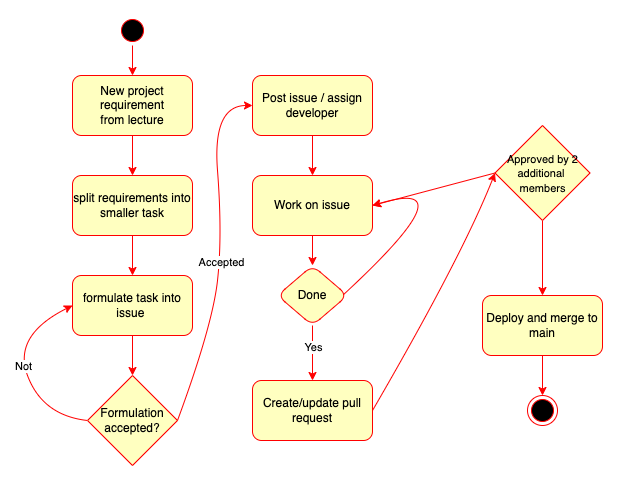
Earlier version of the draw.io export docs/Images/teamwork.png (ITU-BDSA23-GROUP4/Chirp). Source tidied: cells renumbered, new cells last; positions are measured from the earlier drawing's top-left corner, leaving out a move shared by most shapes. Source of this version:
```xml
<mxGraphModel>
  <root>
    <mxCell id="0" />
    <mxCell id="1" parent="0" />
    <mxCell id="2" style="edgeStyle=none;html=1;strokeColor=#FF0000;" parent="1" edge="1" source="3" target="5">
      <mxGeometry relative="1" as="geometry" />
    </mxCell>
    <mxCell id="3" value="New project requirement&lt;br&gt;from lecture" style="rounded=1;whiteSpace=wrap;html=1;fillColor=#FFFFC0;fontColor=#000000;strokeColor=#FF0000;labelBorderColor=none;" parent="1" vertex="1">
      <mxGeometry x="60" y="60" width="120" height="60" as="geometry" />
    </mxCell>
    <mxCell id="4" style="edgeStyle=none;html=1;strokeColor=#FF0000;" parent="1" edge="1" source="5" target="7">
      <mxGeometry relative="1" as="geometry" />
    </mxCell>
    <mxCell id="5" value="split requirements into smaller task" style="rounded=1;whiteSpace=wrap;html=1;fillColor=#FFFFC0;fontColor=#000000;strokeColor=#FF0000;" parent="1" vertex="1">
      <mxGeometry x="60" y="160" width="120" height="60" as="geometry" />
    </mxCell>
    <mxCell id="6" style="edgeStyle=none;curved=1;html=1;exitX=0.5;exitY=1;exitDx=0;exitDy=0;entryX=0.5;entryY=0;entryDx=0;entryDy=0;startArrow=none;startFill=0;strokeColor=#FF0000;" parent="1" edge="1" source="7" target="12">
      <mxGeometry relative="1" as="geometry" />
    </mxCell>
    <mxCell id="7" value="formulate task into issue&amp;nbsp;" style="rounded=1;whiteSpace=wrap;html=1;fillColor=#FFFFC0;fontColor=#000000;strokeColor=#FF0000;" parent="1" vertex="1">
      <mxGeometry x="60" y="260" width="120" height="60" as="geometry" />
    </mxCell>
    <mxCell id="8" style="edgeStyle=none;curved=1;html=1;entryX=0;entryY=0.5;entryDx=0;entryDy=0;startArrow=none;startFill=0;exitX=0;exitY=0.5;exitDx=0;exitDy=0;strokeColor=#FF0000;" parent="1" edge="1" source="12" target="7">
      <mxGeometry relative="1" as="geometry">
        <Array as="points">
          <mxPoint x="30" y="400" />
          <mxPoint y="320" />
        </Array>
      </mxGeometry>
    </mxCell>
    <mxCell id="9" value="Not" style="edgeLabel;html=1;align=center;verticalAlign=middle;" parent="8" vertex="1">
      <mxGeometry x="-0.33" y="-8" relative="1" as="geometry">
        <mxPoint x="-20" y="-27" as="offset" />
      </mxGeometry>
    </mxCell>
    <mxCell id="10" style="edgeStyle=none;curved=1;html=1;exitX=1;exitY=0.5;exitDx=0;exitDy=0;startArrow=none;startFill=0;entryX=0;entryY=0.5;entryDx=0;entryDy=0;strokeColor=#FF0000;" parent="1" edge="1" source="12" target="14">
      <mxGeometry relative="1" as="geometry">
        <Array as="points">
          <mxPoint x="200" y="310" />
          <mxPoint x="210" y="220" />
          <mxPoint x="200" y="90" />
        </Array>
      </mxGeometry>
    </mxCell>
    <mxCell id="11" value="Accepted" style="edgeLabel;html=1;align=center;verticalAlign=middle;" parent="10" vertex="1">
      <mxGeometry x="-0.09" y="13" relative="1" as="geometry">
        <mxPoint x="14" as="offset" />
      </mxGeometry>
    </mxCell>
    <mxCell id="12" value="Formulation&lt;br&gt;accepted?" style="rhombus;whiteSpace=wrap;html=1;fillColor=#FFFFC0;fontColor=#000000;strokeColor=#FF0000;" parent="1" vertex="1">
      <mxGeometry x="75" y="360" width="90" height="90" as="geometry" />
    </mxCell>
    <mxCell id="13" style="edgeStyle=none;curved=1;html=1;exitX=0.5;exitY=1;exitDx=0;exitDy=0;entryX=0.5;entryY=0;entryDx=0;entryDy=0;startArrow=none;startFill=0;strokeColor=#FF0000;" parent="1" edge="1" source="14" target="16">
      <mxGeometry relative="1" as="geometry" />
    </mxCell>
    <mxCell id="14" value="Post issue / assign developer" style="rounded=1;whiteSpace=wrap;html=1;fillColor=#FFFFC0;fontColor=#000000;strokeColor=#FF0000;" parent="1" vertex="1">
      <mxGeometry x="240" y="60" width="120" height="60" as="geometry" />
    </mxCell>
    <mxCell id="15" style="edgeStyle=none;curved=1;html=1;startArrow=none;startFill=0;strokeColor=#FF0000;" parent="1" edge="1" source="16" target="20">
      <mxGeometry relative="1" as="geometry" />
    </mxCell>
    <mxCell id="16" value="Work on issue" style="rounded=1;whiteSpace=wrap;html=1;fillColor=#FFFFC0;fontColor=#000000;strokeColor=#FF0000;" parent="1" vertex="1">
      <mxGeometry x="240" y="160" width="120" height="60" as="geometry" />
    </mxCell>
    <mxCell id="17" style="edgeStyle=none;curved=1;html=1;startArrow=none;startFill=0;strokeColor=#FF0000;" parent="1" edge="1" target="22">
      <mxGeometry relative="1" as="geometry">
        <mxPoint x="300" y="310" as="sourcePoint" />
      </mxGeometry>
    </mxCell>
    <mxCell id="18" value="Yes" style="edgeLabel;html=1;align=center;verticalAlign=middle;" parent="17" vertex="1">
      <mxGeometry x="-0.27" relative="1" as="geometry">
        <mxPoint y="1" as="offset" />
      </mxGeometry>
    </mxCell>
    <mxCell id="19" style="edgeStyle=none;html=1;entryX=1;entryY=0.5;entryDx=0;entryDy=0;strokeColor=#FF0000;fontSize=11;fontColor=#000000;startArrow=none;startFill=0;endArrow=classic;endFill=1;curved=1;exitX=0.929;exitY=0.5;exitDx=0;exitDy=0;exitPerimeter=0;" parent="1" edge="1" source="20" target="16">
      <mxGeometry relative="1" as="geometry">
        <Array as="points">
          <mxPoint x="460" y="160" />
        </Array>
      </mxGeometry>
    </mxCell>
    <mxCell id="20" value="Done" style="rhombus;whiteSpace=wrap;html=1;fillColor=#FFFFC0;strokeColor=#FF0000;fontColor=#000000;rounded=1;" parent="1" vertex="1">
      <mxGeometry x="265" y="250" width="70" height="60" as="geometry" />
    </mxCell>
    <mxCell id="21" style="edgeStyle=none;curved=1;html=1;exitX=1;exitY=0.5;exitDx=0;exitDy=0;startArrow=none;startFill=0;entryX=0;entryY=0.5;entryDx=0;entryDy=0;strokeColor=#FF0000;" parent="1" edge="1" source="22" target="32">
      <mxGeometry relative="1" as="geometry">
        <Array as="points">
          <mxPoint x="450" y="240" />
        </Array>
      </mxGeometry>
    </mxCell>
    <mxCell id="22" value="Create/update pull request" style="whiteSpace=wrap;html=1;fillColor=#FFFFC0;strokeColor=#FF0000;fontColor=#000000;rounded=1;" parent="1" vertex="1">
      <mxGeometry x="240" y="365" width="120" height="60" as="geometry" />
    </mxCell>
    <mxCell id="23" style="edgeStyle=none;curved=1;html=1;entryX=0.5;entryY=0;entryDx=0;entryDy=0;fontSize=11;fontColor=#000000;startArrow=none;startFill=0;strokeColor=#FF0000;" parent="1" edge="1" source="24" target="28">
      <mxGeometry relative="1" as="geometry" />
    </mxCell>
    <mxCell id="24" value="Deploy and merge to main" style="whiteSpace=wrap;html=1;fillColor=#FFFFC0;strokeColor=#FF0000;fontColor=#000000;rounded=1;" parent="1" vertex="1">
      <mxGeometry x="470" y="280" width="120" height="60" as="geometry" />
    </mxCell>
    <mxCell id="25" style="edgeStyle=none;curved=1;html=1;entryX=0.5;entryY=0;entryDx=0;entryDy=0;fontSize=11;startArrow=none;startFill=0;strokeColor=#FF0000;" parent="1" edge="1" source="32" target="24">
      <mxGeometry relative="1" as="geometry" />
    </mxCell>
    <mxCell id="26" style="edgeStyle=none;curved=1;html=1;exitX=0.5;exitY=1;exitDx=0;exitDy=0;entryX=0.5;entryY=0;entryDx=0;entryDy=0;fontSize=11;fontColor=#000000;startArrow=none;startFill=0;endArrow=classic;endFill=1;strokeColor=#FF0000;" parent="1" edge="1" source="27" target="3">
      <mxGeometry relative="1" as="geometry" />
    </mxCell>
    <mxCell id="27" style="ellipse;html=1;shape=startState;fillColor=#000000;strokeColor=#ff0000;fontColor=#3B3B3B;" parent="1" vertex="1">
      <mxGeometry x="105" width="30" height="30" as="geometry" />
    </mxCell>
    <mxCell id="28" style="ellipse;html=1;shape=endState;fillColor=#000000;strokeColor=#ff0000;" parent="1" vertex="1">
      <mxGeometry x="515" y="380" width="30" height="30" as="geometry" />
    </mxCell>
    <mxCell id="29" style="edgeStyle=none;curved=1;html=1;entryX=0.5;entryY=0;entryDx=0;entryDy=0;fontSize=11;startArrow=none;startFill=0;strokeColor=#FF0000;endArrow=none;" parent="1" edge="1" target="32">
      <mxGeometry relative="1" as="geometry">
        <mxPoint x="529.7" y="145" as="sourcePoint" />
      </mxGeometry>
    </mxCell>
    <mxCell id="30" value="yes" style="edgeLabel;html=1;align=center;verticalAlign=middle;fontSize=11;" parent="29" vertex="1">
      <mxGeometry x="-0.49" y="2" relative="1" as="geometry">
        <mxPoint x="-2" y="48" as="offset" />
      </mxGeometry>
    </mxCell>
    <mxCell id="31" style="edgeStyle=none;curved=1;html=1;exitX=0;exitY=0.5;exitDx=0;exitDy=0;entryX=1;entryY=0.5;entryDx=0;entryDy=0;strokeColor=#FF0000;fontSize=11;fontColor=#000000;startArrow=none;startFill=0;endArrow=classic;endFill=1;" parent="1" edge="1" source="32" target="16">
      <mxGeometry relative="1" as="geometry" />
    </mxCell>
    <mxCell id="32" value="&lt;font style=&quot;font-size: 11px;&quot;&gt;Approved by 2 additional&amp;nbsp; members&lt;/font&gt;" style="rhombus;whiteSpace=wrap;html=1;fillColor=#FFFFC0;fontColor=#000000;strokeColor=#FF0000;" parent="1" vertex="1">
      <mxGeometry x="482.5" y="110" width="95" height="95" as="geometry" />
    </mxCell>
  </root>
</mxGraphModel>
```
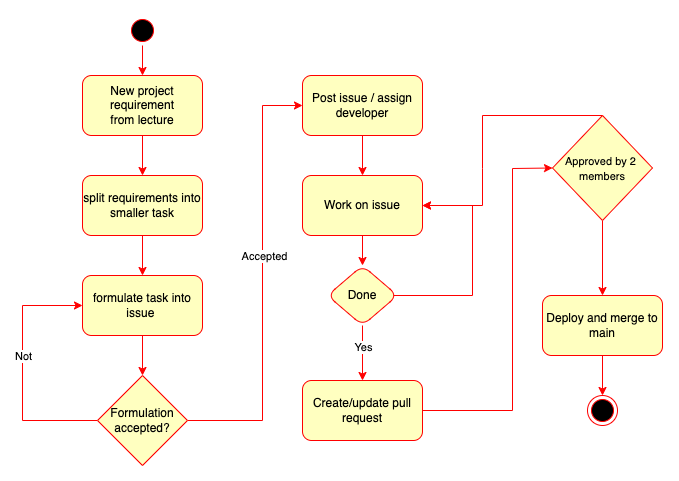
The same diagram one commit later.

Commit message:
Fixed lines on teamwork

What changed in the source:
```diff
@@ -6,49 +6,48 @@
       <mxGeometry relative="1" as="geometry" />
     </mxCell>
     <mxCell id="3" value="New project requirement&lt;br&gt;from lecture" style="rounded=1;whiteSpace=wrap;html=1;fillColor=#FFFFC0;fontColor=#000000;strokeColor=#FF0000;labelBorderColor=none;" parent="1" vertex="1">
-      <mxGeometry x="60" y="60" width="120" height="60" as="geometry" />
+      <mxGeometry x="20" y="60" width="120" height="60" as="geometry" />
     </mxCell>
     <mxCell id="4" style="edgeStyle=none;html=1;strokeColor=#FF0000;" parent="1" edge="1" source="5" target="7">
       <mxGeometry relative="1" as="geometry" />
     </mxCell>
     <mxCell id="5" value="split requirements into smaller task" style="rounded=1;whiteSpace=wrap;html=1;fillColor=#FFFFC0;fontColor=#000000;strokeColor=#FF0000;" parent="1" vertex="1">
-      <mxGeometry x="60" y="160" width="120" height="60" as="geometry" />
+      <mxGeometry x="20" y="160" width="120" height="60" as="geometry" />
     </mxCell>
     <mxCell id="6" style="edgeStyle=none;curved=1;html=1;exitX=0.5;exitY=1;exitDx=0;exitDy=0;entryX=0.5;entryY=0;entryDx=0;entryDy=0;startArrow=none;startFill=0;strokeColor=#FF0000;" parent="1" edge="1" source="7" target="12">
       <mxGeometry relative="1" as="geometry" />
     </mxCell>
     <mxCell id="7" value="formulate task into issue&amp;nbsp;" style="rounded=1;whiteSpace=wrap;html=1;fillColor=#FFFFC0;fontColor=#000000;strokeColor=#FF0000;" parent="1" vertex="1">
-      <mxGeometry x="60" y="260" width="120" height="60" as="geometry" />
+      <mxGeometry x="20" y="260" width="120" height="60" as="geometry" />
     </mxCell>
-    <mxCell id="8" style="edgeStyle=none;curved=1;html=1;entryX=0;entryY=0.5;entryDx=0;entryDy=0;startArrow=none;startFill=0;exitX=0;exitY=0.5;exitDx=0;exitDy=0;strokeColor=#FF0000;" parent="1" edge="1" source="12" target="7">
+    <mxCell id="8" style="edgeStyle=none;html=1;entryX=0;entryY=0.5;entryDx=0;entryDy=0;startArrow=none;startFill=0;exitX=0;exitY=0.5;exitDx=0;exitDy=0;strokeColor=#FF0000;rounded=0;" parent="1" edge="1" source="12" target="7">
       <mxGeometry relative="1" as="geometry">
         <Array as="points">
-          <mxPoint x="30" y="400" />
-          <mxPoint y="320" />
+          <mxPoint x="-40" y="405" />
+          <mxPoint x="-40" y="290" />
         </Array>
       </mxGeometry>
     </mxCell>
     <mxCell id="9" value="Not" style="edgeLabel;html=1;align=center;verticalAlign=middle;" parent="8" vertex="1">
       <mxGeometry x="-0.33" y="-8" relative="1" as="geometry">
-        <mxPoint x="-20" y="-27" as="offset" />
+        <mxPoint x="-8" y="-56" as="offset" />
       </mxGeometry>
     </mxCell>
-    <mxCell id="10" style="edgeStyle=none;curved=1;html=1;exitX=1;exitY=0.5;exitDx=0;exitDy=0;startArrow=none;startFill=0;entryX=0;entryY=0.5;entryDx=0;entryDy=0;strokeColor=#FF0000;" parent="1" edge="1" source="12" target="14">
+    <mxCell id="10" style="edgeStyle=none;html=1;exitX=1;exitY=0.5;exitDx=0;exitDy=0;startArrow=none;startFill=0;entryX=0;entryY=0.5;entryDx=0;entryDy=0;strokeColor=#FF0000;rounded=0;" parent="1" edge="1" source="12" target="14">
       <mxGeometry relative="1" as="geometry">
         <Array as="points">
-          <mxPoint x="200" y="310" />
-          <mxPoint x="210" y="220" />
+          <mxPoint x="200" y="405" />
           <mxPoint x="200" y="90" />
         </Array>
       </mxGeometry>
     </mxCell>
     <mxCell id="11" value="Accepted" style="edgeLabel;html=1;align=center;verticalAlign=middle;" parent="10" vertex="1">
       <mxGeometry x="-0.09" y="13" relative="1" as="geometry">
-        <mxPoint x="14" as="offset" />
+        <mxPoint x="14" y="-45" as="offset" />
       </mxGeometry>
     </mxCell>
     <mxCell id="12" value="Formulation&lt;br&gt;accepted?" style="rhombus;whiteSpace=wrap;html=1;fillColor=#FFFFC0;fontColor=#000000;strokeColor=#FF0000;" parent="1" vertex="1">
-      <mxGeometry x="75" y="360" width="90" height="90" as="geometry" />
+      <mxGeometry x="35" y="360" width="90" height="90" as="geometry" />
     </mxCell>
     <mxCell id="13" style="edgeStyle=none;curved=1;html=1;exitX=0.5;exitY=1;exitDx=0;exitDy=0;entryX=0.5;entryY=0;entryDx=0;entryDy=0;startArrow=none;startFill=0;strokeColor=#FF0000;" parent="1" edge="1" source="14" target="16">
       <mxGeometry relative="1" as="geometry" />
@@ -72,20 +71,22 @@
         <mxPoint y="1" as="offset" />
       </mxGeometry>
     </mxCell>
-    <mxCell id="19" style="edgeStyle=none;html=1;entryX=1;entryY=0.5;entryDx=0;entryDy=0;strokeColor=#FF0000;fontSize=11;fontColor=#000000;startArrow=none;startFill=0;endArrow=classic;endFill=1;curved=1;exitX=0.929;exitY=0.5;exitDx=0;exitDy=0;exitPerimeter=0;" parent="1" edge="1" source="20" target="16">
+    <mxCell id="19" style="edgeStyle=none;html=1;entryX=1;entryY=0.5;entryDx=0;entryDy=0;strokeColor=#FF0000;fontSize=11;fontColor=#000000;startArrow=none;startFill=0;endArrow=classic;endFill=1;exitX=0.929;exitY=0.5;exitDx=0;exitDy=0;exitPerimeter=0;rounded=0;" parent="1" edge="1" source="20" target="16">
       <mxGeometry relative="1" as="geometry">
         <Array as="points">
-          <mxPoint x="460" y="160" />
+          <mxPoint x="410" y="280" />
+          <mxPoint x="410" y="190" />
         </Array>
       </mxGeometry>
     </mxCell>
     <mxCell id="20" value="Done" style="rhombus;whiteSpace=wrap;html=1;fillColor=#FFFFC0;strokeColor=#FF0000;fontColor=#000000;rounded=1;" parent="1" vertex="1">
       <mxGeometry x="265" y="250" width="70" height="60" as="geometry" />
     </mxCell>
-    <mxCell id="21" style="edgeStyle=none;curved=1;html=1;exitX=1;exitY=0.5;exitDx=0;exitDy=0;startArrow=none;startFill=0;entryX=0;entryY=0.5;entryDx=0;entryDy=0;strokeColor=#FF0000;" parent="1" edge="1" source="22" target="32">
+    <mxCell id="21" style="edgeStyle=none;html=1;exitX=1;exitY=0.5;exitDx=0;exitDy=0;startArrow=none;startFill=0;entryX=0;entryY=0.5;entryDx=0;entryDy=0;strokeColor=#FF0000;rounded=0;" parent="1" edge="1" source="22" target="32">
       <mxGeometry relative="1" as="geometry">
         <Array as="points">
-          <mxPoint x="450" y="240" />
+          <mxPoint x="450" y="395" />
+          <mxPoint x="450" y="153" />
         </Array>
       </mxGeometry>
     </mxCell>
@@ -96,7 +97,7 @@
       <mxGeometry relative="1" as="geometry" />
     </mxCell>
     <mxCell id="24" value="Deploy and merge to main" style="whiteSpace=wrap;html=1;fillColor=#FFFFC0;strokeColor=#FF0000;fontColor=#000000;rounded=1;" parent="1" vertex="1">
-      <mxGeometry x="470" y="280" width="120" height="60" as="geometry" />
+      <mxGeometry x="480" y="280" width="120" height="60" as="geometry" />
     </mxCell>
     <mxCell id="25" style="edgeStyle=none;curved=1;html=1;entryX=0.5;entryY=0;entryDx=0;entryDy=0;fontSize=11;startArrow=none;startFill=0;strokeColor=#FF0000;" parent="1" edge="1" source="32" target="24">
       <mxGeometry relative="1" as="geometry" />
@@ -105,14 +106,14 @@
       <mxGeometry relative="1" as="geometry" />
     </mxCell>
     <mxCell id="27" style="ellipse;html=1;shape=startState;fillColor=#000000;strokeColor=#ff0000;fontColor=#3B3B3B;" parent="1" vertex="1">
-      <mxGeometry x="105" width="30" height="30" as="geometry" />
+      <mxGeometry x="65" width="30" height="30" as="geometry" />
     </mxCell>
     <mxCell id="28" style="ellipse;html=1;shape=endState;fillColor=#000000;strokeColor=#ff0000;" parent="1" vertex="1">
-      <mxGeometry x="515" y="380" width="30" height="30" as="geometry" />
+      <mxGeometry x="525" y="380" width="30" height="30" as="geometry" />
     </mxCell>
     <mxCell id="29" style="edgeStyle=none;curved=1;html=1;entryX=0.5;entryY=0;entryDx=0;entryDy=0;fontSize=11;startArrow=none;startFill=0;strokeColor=#FF0000;endArrow=none;" parent="1" edge="1" target="32">
       <mxGeometry relative="1" as="geometry">
-        <mxPoint x="529.7" y="145" as="sourcePoint" />
+        <mxPoint x="539.7" y="145" as="sourcePoint" />
       </mxGeometry>
     </mxCell>
     <mxCell id="30" value="yes" style="edgeLabel;html=1;align=center;verticalAlign=middle;fontSize=11;" parent="29" vertex="1">
@@ -120,11 +121,17 @@
         <mxPoint x="-2" y="48" as="offset" />
       </mxGeometry>
     </mxCell>
-    <mxCell id="31" style="edgeStyle=none;curved=1;html=1;exitX=0;exitY=0.5;exitDx=0;exitDy=0;entryX=1;entryY=0.5;entryDx=0;entryDy=0;strokeColor=#FF0000;fontSize=11;fontColor=#000000;startArrow=none;startFill=0;endArrow=classic;endFill=1;" parent="1" edge="1" source="32" target="16">
-      <mxGeometry relative="1" as="geometry" />
+    <mxCell id="31" style="edgeStyle=none;html=1;exitX=0.5;exitY=0;exitDx=0;exitDy=0;entryX=1;entryY=0.5;entryDx=0;entryDy=0;strokeColor=#FF0000;fontSize=11;fontColor=#000000;startArrow=none;startFill=0;endArrow=classic;endFill=1;rounded=0;" parent="1" edge="1" source="32" target="16">
+      <mxGeometry relative="1" as="geometry">
+        <Array as="points">
+          <mxPoint x="420" y="100" />
+          <mxPoint x="420" y="153" />
+          <mxPoint x="420" y="190" />
+        </Array>
+      </mxGeometry>
     </mxCell>
-    <mxCell id="32" value="&lt;font style=&quot;font-size: 11px;&quot;&gt;Approved by 2 additional&amp;nbsp; members&lt;/font&gt;" style="rhombus;whiteSpace=wrap;html=1;fillColor=#FFFFC0;fontColor=#000000;strokeColor=#FF0000;" parent="1" vertex="1">
-      <mxGeometry x="482.5" y="110" width="95" height="95" as="geometry" />
+    <mxCell id="32" value="&lt;font style=&quot;font-size: 11px;&quot;&gt;Approved by 2&amp;nbsp; members&lt;/font&gt;" style="rhombus;whiteSpace=wrap;html=1;fillColor=#FFFFC0;fontColor=#000000;strokeColor=#FF0000;" parent="1" vertex="1">
+      <mxGeometry x="490" y="100" width="100" height="105" as="geometry" />
     </mxCell>
   </root>
 </mxGraphModel>
```
